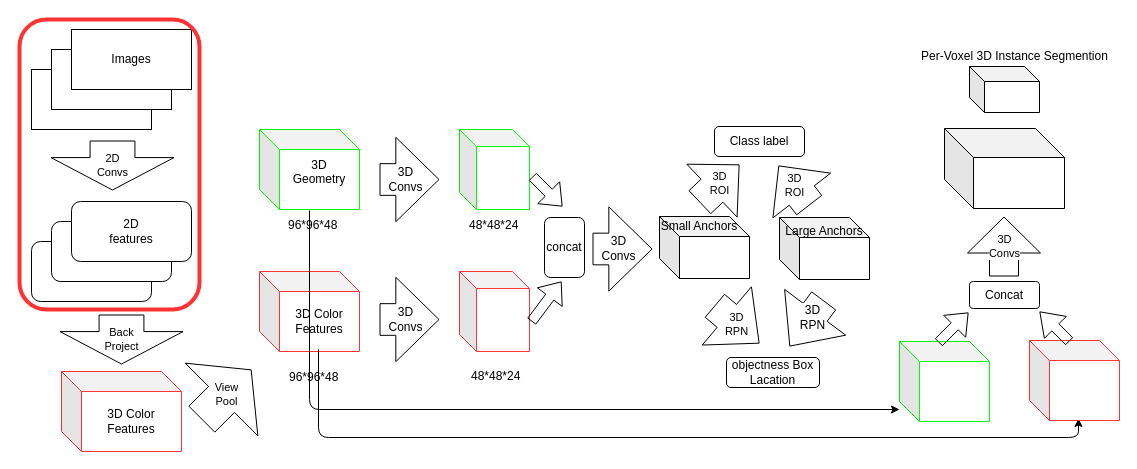
The draw.io diagram sis.drawio in ByronGe/HARProject, before the edit. Source tidied: cells renumbered, new cells numbered last; positions are measured from the earlier drawing's top-left corner, leaving out a move shared by most shapes. Both pictures are drawn from the tidied source at 100%, with x=0, y=0 at pixel (19, 19).
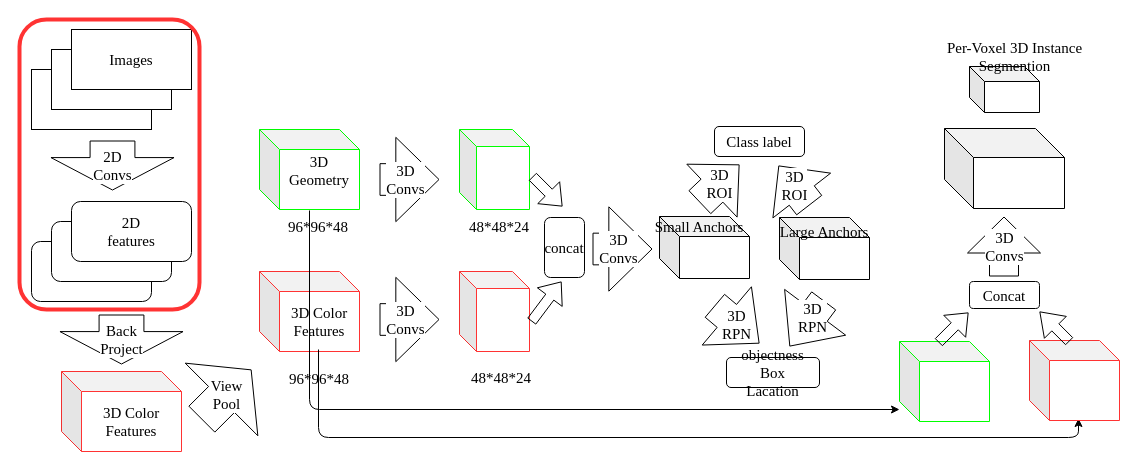
After the change.

Diff of the diagram source:
```diff
@@
-    <mxCell id="2" style="rounded=0;whiteSpace=wrap;html=1;" parent="1" vertex="1">
+    <mxCell id="2" style="rounded=0;whiteSpace=wrap;html=1;fontFamily=Times New Roman;fontSize=15;" parent="1" vertex="1">
       <mxGeometry x="12" y="50" width="120" height="60" as="geometry" />
     </mxCell>
-    <mxCell id="3" style="rounded=0;whiteSpace=wrap;html=1;" parent="1" vertex="1">
+    <mxCell id="3" style="rounded=0;whiteSpace=wrap;html=1;fontFamily=Times New Roman;fontSize=15;" parent="1" vertex="1">
       <mxGeometry x="32" y="30" width="120" height="60" as="geometry" />
     </mxCell>
-    <mxCell id="4" value="Images" style="rounded=0;whiteSpace=wrap;html=1;" parent="1" vertex="1">
+    <mxCell id="4" value="Images" style="rounded=0;whiteSpace=wrap;html=1;fontFamily=Times New Roman;fontSize=15;" parent="1" vertex="1">
       <mxGeometry x="52" y="10" width="120" height="60" as="geometry" />
     </mxCell>
-    <mxCell id="5" value="2D&lt;br&gt;Convs" style="shape=flexArrow;endArrow=classic;html=1;endWidth=77.24137931034483;endSize=10.46896551724138;width=44.827586206896555;" parent="1" edge="1">
+    <mxCell id="5" value="2D&lt;br style=&quot;font-size: 15px;&quot;&gt;Convs" style="shape=flexArrow;endArrow=classic;html=1;endWidth=77.24137931034483;endSize=10.46896551724138;width=44.827586206896555;fontFamily=Times New Roman;fontSize=15;" parent="1" edge="1">
       <mxGeometry relative="1" as="geometry">
         <mxPoint x="93" y="121" as="sourcePoint" />
         <mxPoint x="93" y="171" as="targetPoint" />
       </mxGeometry>
     </mxCell>
-    <mxCell id="6" style="rounded=1;whiteSpace=wrap;html=1;" parent="1" vertex="1">
+    <mxCell id="6" style="rounded=1;whiteSpace=wrap;html=1;fontFamily=Times New Roman;fontSize=15;" parent="1" vertex="1">
       <mxGeometry x="12" y="222" width="120" height="60" as="geometry" />
     </mxCell>
-    <mxCell id="7" style="rounded=1;whiteSpace=wrap;html=1;" parent="1" vertex="1">
+    <mxCell id="7" style="rounded=1;whiteSpace=wrap;html=1;fontFamily=Times New Roman;fontSize=15;" parent="1" vertex="1">
       <mxGeometry x="32" y="202" width="120" height="60" as="geometry" />
     </mxCell>
-    <mxCell id="8" value="2D&lt;br&gt;features" style="rounded=1;whiteSpace=wrap;html=1;" parent="1" vertex="1">
+    <mxCell id="8" value="2D&lt;br style=&quot;font-size: 15px;&quot;&gt;features" style="rounded=1;whiteSpace=wrap;html=1;fontFamily=Times New Roman;fontSize=15;" parent="1" vertex="1">
       <mxGeometry x="52" y="182" width="120" height="60" as="geometry" />
     </mxCell>
-    <mxCell id="9" value="Back&lt;br&gt;Project" style="shape=flexArrow;endArrow=classic;html=1;endWidth=77.24137931034483;endSize=10.46896551724138;width=44.827586206896555;" parent="1" edge="1">
+    <mxCell id="9" value="Back&lt;br style=&quot;font-size: 15px;&quot;&gt;Project" style="shape=flexArrow;endArrow=classic;html=1;endWidth=77.24137931034483;endSize=10.46896551724138;width=44.827586206896555;fontFamily=Times New Roman;fontSize=15;" parent="1" edge="1">
       <mxGeometry relative="1" as="geometry">
         <mxPoint x="102" y="295" as="sourcePoint" />
         <mxPoint x="102" y="345" as="targetPoint" />
       </mxGeometry>
     </mxCell>
-    <mxCell id="10" value="3D Color&lt;br&gt;Features" style="shape=cube;whiteSpace=wrap;html=1;boundedLbl=1;backgroundOutline=1;darkOpacity=0.05;darkOpacity2=0.1;strokeColor=#FF3333;" parent="1" vertex="1">
+    <mxCell id="10" value="3D Color&lt;br style=&quot;font-size: 15px;&quot;&gt;Features" style="shape=cube;whiteSpace=wrap;html=1;boundedLbl=1;backgroundOutline=1;darkOpacity=0.05;darkOpacity2=0.1;strokeColor=#FF3333;fontFamily=Times New Roman;fontSize=15;" parent="1" vertex="1">
       <mxGeometry x="42" y="352" width="120" height="80" as="geometry" />
     </mxCell>
-    <mxCell id="11" value="View&lt;br&gt;Pool" style="shape=flexArrow;endArrow=classic;html=1;endWidth=65;endSize=13.625000000000002;width=36.66666666666667;" parent="1" edge="1">
+    <mxCell id="11" value="View&lt;br style=&quot;font-size: 15px;&quot;&gt;Pool" style="shape=flexArrow;endArrow=classic;html=1;endWidth=65;endSize=13.625000000000002;width=36.66666666666667;fontFamily=Times New Roman;fontSize=15;" parent="1" edge="1">
       <mxGeometry relative="1" as="geometry">
         <mxPoint x="182" y="400" as="sourcePoint" />
         <mxPoint x="232" y="350" as="targetPoint" />
       </mxGeometry>
     </mxCell>
-    <mxCell id="12" value="3D&lt;br&gt;Geometry&lt;br&gt;&amp;nbsp; &amp;nbsp;&amp;nbsp;" style="shape=cube;whiteSpace=wrap;html=1;boundedLbl=1;backgroundOutline=1;darkOpacity=0.05;darkOpacity2=0.1;strokeColor=#00FF00;" parent="1" vertex="1">
+    <mxCell id="12" value="3D&lt;br style=&quot;font-size: 15px;&quot;&gt;Geometry&lt;br style=&quot;font-size: 15px;&quot;&gt;&amp;nbsp; &amp;nbsp;&amp;nbsp;" style="shape=cube;whiteSpace=wrap;html=1;boundedLbl=1;backgroundOutline=1;darkOpacity=0.05;darkOpacity2=0.1;strokeColor=#00FF00;fontFamily=Times New Roman;fontSize=15;" parent="1" vertex="1">
       <mxGeometry x="240" y="110" width="100" height="80" as="geometry" />
     </mxCell>
-    <mxCell id="13" value="3D Color&lt;br&gt;Features" style="shape=cube;whiteSpace=wrap;html=1;boundedLbl=1;backgroundOutline=1;darkOpacity=0.05;darkOpacity2=0.1;strokeColor=#FF3333;" parent="1" vertex="1">
+    <mxCell id="13" value="3D Color&lt;br style=&quot;font-size: 15px;&quot;&gt;Features" style="shape=cube;whiteSpace=wrap;html=1;boundedLbl=1;backgroundOutline=1;darkOpacity=0.05;darkOpacity2=0.1;strokeColor=#FF3333;fontFamily=Times New Roman;fontSize=15;" parent="1" vertex="1">
       <mxGeometry x="240" y="252" width="100" height="80" as="geometry" />
     </mxCell>
-    <mxCell id="14" value="96*96*48" style="text;html=1;" parent="1" vertex="1">
+    <mxCell id="14" value="96*96*48" style="text;html=1;fontFamily=Times New Roman;fontSize=15;" parent="1" vertex="1">
       <mxGeometry x="267" y="192" width="70" height="30" as="geometry" />
     </mxCell>
-    <mxCell id="15" style="shape=flexArrow;endArrow=classic;html=1;endWidth=51.66666666666667;endSize=14.058333333333335;width=31.666666666666668;" parent="1" edge="1">
+    <mxCell id="15" style="shape=flexArrow;endArrow=classic;html=1;endWidth=51.66666666666667;endSize=14.058333333333335;width=31.666666666666668;fontFamily=Times New Roman;fontSize=15;" parent="1" edge="1">
       <mxGeometry relative="1" as="geometry">
         <mxPoint x="360" y="160" as="sourcePoint" />
         <mxPoint x="420" y="160" as="targetPoint" />
       </mxGeometry>
     </mxCell>
-    <mxCell id="16" value="3D&lt;br&gt;Convs" style="text;html=1;align=center;verticalAlign=middle;labelBackgroundColor=#ffffff;" parent="15" vertex="1">
+    <mxCell id="16" value="3D&lt;br style=&quot;font-size: 15px;&quot;&gt;Convs" style="text;html=1;align=center;verticalAlign=middle;labelBackgroundColor=#ffffff;fontFamily=Times New Roman;fontSize=15;" parent="15" vertex="1">
       <mxGeometry x="-0.18" y="13" relative="1" as="geometry">
         <mxPoint y="12" as="offset" />
       </mxGeometry>
     </mxCell>
-    <mxCell id="17" style="shape=flexArrow;endArrow=classic;html=1;endWidth=51.66666666666667;endSize=14.058333333333335;width=31.666666666666668;" parent="1" edge="1">
+    <mxCell id="17" style="shape=flexArrow;endArrow=classic;html=1;endWidth=51.66666666666667;endSize=14.058333333333335;width=31.666666666666668;fontFamily=Times New Roman;fontSize=15;" parent="1" edge="1">
       <mxGeometry relative="1" as="geometry">
         <mxPoint x="360" y="300" as="sourcePoint" />
         <mxPoint x="420" y="300" as="targetPoint" />
       </mxGeometry>
     </mxCell>
-    <mxCell id="18" value="3D&lt;br&gt;Convs" style="text;html=1;align=center;verticalAlign=middle;labelBackgroundColor=#ffffff;" parent="17" vertex="1">
+    <mxCell id="18" value="3D&lt;br style=&quot;font-size: 15px;&quot;&gt;Convs" style="text;html=1;align=center;verticalAlign=middle;labelBackgroundColor=#ffffff;fontFamily=Times New Roman;fontSize=15;" parent="17" vertex="1">
       <mxGeometry x="-0.18" y="13" relative="1" as="geometry">
         <mxPoint y="12" as="offset" />
       </mxGeometry>
     </mxCell>
-    <mxCell id="19" style="shape=cube;whiteSpace=wrap;html=1;boundedLbl=1;backgroundOutline=1;darkOpacity=0.05;darkOpacity2=0.1;size=17;strokeColor=#00FF00;" parent="1" vertex="1">
+    <mxCell id="19" style="shape=cube;whiteSpace=wrap;html=1;boundedLbl=1;backgroundOutline=1;darkOpacity=0.05;darkOpacity2=0.1;size=17;strokeColor=#00FF00;fontFamily=Times New Roman;fontSize=15;" parent="1" vertex="1">
       <mxGeometry x="440" y="110" width="70" height="80" as="geometry" />
     </mxCell>
-    <mxCell id="20" style="shape=cube;whiteSpace=wrap;html=1;boundedLbl=1;backgroundOutline=1;darkOpacity=0.05;darkOpacity2=0.1;size=17;strokeColor=#FF3333;" parent="1" vertex="1">
+    <mxCell id="20" style="shape=cube;whiteSpace=wrap;html=1;boundedLbl=1;backgroundOutline=1;darkOpacity=0.05;darkOpacity2=0.1;size=17;strokeColor=#FF3333;fontFamily=Times New Roman;fontSize=15;" parent="1" vertex="1">
       <mxGeometry x="440" y="252" width="70" height="80" as="geometry" />
     </mxCell>
-    <mxCell id="21" value="concat" style="rounded=1;whiteSpace=wrap;html=1;" parent="1" vertex="1">
+    <mxCell id="21" value="concat" style="rounded=1;whiteSpace=wrap;html=1;fontFamily=Times New Roman;fontSize=15;" parent="1" vertex="1">
       <mxGeometry x="525" y="198" width="40" height="60" as="geometry" />
     </mxCell>
-    <mxCell id="22" style="shape=flexArrow;endArrow=classic;html=1;endWidth=51.66666666666667;endSize=14.058333333333335;width=31.666666666666668;" parent="1" edge="1">
+    <mxCell id="22" style="shape=flexArrow;endArrow=classic;html=1;endWidth=51.66666666666667;endSize=14.058333333333335;width=31.666666666666668;fontFamily=Times New Roman;fontSize=15;" parent="1" edge="1">
       <mxGeometry relative="1" as="geometry">
         <mxPoint x="573" y="229.5" as="sourcePoint" />
         <mxPoint x="633" y="229.5" as="targetPoint" />
       </mxGeometry>
     </mxCell>
-    <mxCell id="23" value="3D&lt;br&gt;Convs" style="text;html=1;align=center;verticalAlign=middle;labelBackgroundColor=#ffffff;" parent="22" vertex="1">
+    <mxCell id="23" value="3D&lt;br style=&quot;font-size: 15px;&quot;&gt;Convs" style="text;html=1;align=center;verticalAlign=middle;labelBackgroundColor=#ffffff;fontFamily=Times New Roman;fontSize=15;" parent="22" vertex="1">
       <mxGeometry x="-0.18" y="13" relative="1" as="geometry">
         <mxPoint y="12" as="offset" />
       </mxGeometry>
     </mxCell>
-    <mxCell id="24" style="shape=cube;whiteSpace=wrap;html=1;boundedLbl=1;backgroundOutline=1;darkOpacity=0.05;darkOpacity2=0.1;" parent="1" vertex="1">
+    <mxCell id="24" style="shape=cube;whiteSpace=wrap;html=1;boundedLbl=1;backgroundOutline=1;darkOpacity=0.05;darkOpacity2=0.1;fontFamily=Times New Roman;fontSize=15;" parent="1" vertex="1">
       <mxGeometry x="640" y="197" width="90" height="62" as="geometry" />
     </mxCell>
-    <mxCell id="25" style="shape=cube;whiteSpace=wrap;html=1;boundedLbl=1;backgroundOutline=1;darkOpacity=0.05;darkOpacity2=0.1;" parent="1" vertex="1">
+    <mxCell id="25" style="shape=cube;whiteSpace=wrap;html=1;boundedLbl=1;backgroundOutline=1;darkOpacity=0.05;darkOpacity2=0.1;fontFamily=Times New Roman;fontSize=15;" parent="1" vertex="1">
       <mxGeometry x="760" y="198" width="90" height="62" as="geometry" />
     </mxCell>
-    <mxCell id="26" value="Small Anchors" style="text;html=1;strokeColor=none;fillColor=none;align=center;verticalAlign=middle;whiteSpace=wrap;rounded=0;" parent="1" vertex="1">
+    <mxCell id="26" value="Small Anchors" style="text;html=1;strokeColor=none;fillColor=none;align=center;verticalAlign=middle;whiteSpace=wrap;rounded=0;fontFamily=Times New Roman;fontSize=15;" parent="1" vertex="1">
       <mxGeometry x="630" y="197" width="100" height="20" as="geometry" />
     </mxCell>
-    <mxCell id="27" value="Large Anchors" style="text;html=1;strokeColor=none;fillColor=none;align=center;verticalAlign=middle;whiteSpace=wrap;rounded=0;" parent="1" vertex="1">
+    <mxCell id="27" value="Large Anchors" style="text;html=1;strokeColor=none;fillColor=none;align=center;verticalAlign=middle;whiteSpace=wrap;rounded=0;fontFamily=Times New Roman;fontSize=15;" parent="1" vertex="1">
       <mxGeometry x="755" y="202" width="100" height="20" as="geometry" />
     </mxCell>
-    <mxCell id="28" value="3D&lt;br&gt;ROI" style="shape=flexArrow;endArrow=classic;html=1;endWidth=40.33333333333333;endSize=12.16;width=31.666666666666668;" parent="1" edge="1">
+    <mxCell id="28" value="3D&lt;br style=&quot;font-size: 15px;&quot;&gt;ROI" style="shape=flexArrow;endArrow=classic;html=1;endWidth=40.33333333333333;endSize=12.16;width=31.666666666666668;fontFamily=Times New Roman;fontSize=15;" parent="1" edge="1">
       <mxGeometry relative="1" as="geometry">
         <mxPoint x="680" y="183" as="sourcePoint" />
         <mxPoint x="720" y="145" as="targetPoint" />
       </mxGeometry>
     </mxCell>
-    <mxCell id="29" value="Class label" style="rounded=1;whiteSpace=wrap;html=1;" parent="1" vertex="1">
+    <mxCell id="29" value="Class label" style="rounded=1;whiteSpace=wrap;html=1;fontFamily=Times New Roman;fontSize=15;" parent="1" vertex="1">
       <mxGeometry x="695" y="107" width="90" height="30" as="geometry" />
     </mxCell>
-    <mxCell id="30" value="3D&lt;br&gt;RPN" style="shape=flexArrow;endArrow=classic;html=1;endWidth=45.27777777777778;endSize=13.75;width=30;" parent="1" edge="1">
+    <mxCell id="30" value="3D&lt;br style=&quot;font-size: 15px;&quot;&gt;RPN" style="shape=flexArrow;endArrow=classic;html=1;endWidth=45.27777777777778;endSize=13.75;width=30;fontFamily=Times New Roman;fontSize=15;" parent="1" edge="1">
       <mxGeometry relative="1" as="geometry">
         <mxPoint x="695" y="286" as="sourcePoint" />
         <mxPoint x="740" y="324" as="targetPoint" />
       </mxGeometry>
     </mxCell>
-    <mxCell id="31" style="shape=flexArrow;endArrow=classic;html=1;endWidth=45.27777777777778;endSize=13.75;width=30;" parent="1" edge="1">
+    <mxCell id="31" style="shape=flexArrow;endArrow=classic;html=1;endWidth=45.27777777777778;endSize=13.75;width=30;fontFamily=Times New Roman;fontSize=15;" parent="1" edge="1">
       <mxGeometry relative="1" as="geometry">
         <mxPoint x="804.5" y="281" as="sourcePoint" />
         <mxPoint x="770" y="327" as="targetPoint" />
       </mxGeometry>
     </mxCell>
-    <mxCell id="32" value="3D&lt;br&gt;RPN" style="text;html=1;align=center;verticalAlign=middle;labelBackgroundColor=#ffffff;" parent="31" vertex="1">
+    <mxCell id="32" value="3D&lt;br style=&quot;font-size: 15px;&quot;&gt;RPN" style="text;html=1;align=center;verticalAlign=middle;labelBackgroundColor=#ffffff;fontFamily=Times New Roman;fontSize=15;" parent="31" vertex="1">
       <mxGeometry x="-0.36" y="-1" relative="1" as="geometry">
         <mxPoint y="3" as="offset" />
       </mxGeometry>
     </mxCell>
-    <mxCell id="33" value="objectness Box&lt;br&gt;Lacation" style="rounded=1;whiteSpace=wrap;html=1;" parent="1" vertex="1">
+    <mxCell id="33" value="objectness Box&lt;br style=&quot;font-size: 15px;&quot;&gt;Lacation" style="rounded=1;whiteSpace=wrap;html=1;fontFamily=Times New Roman;fontSize=15;" parent="1" vertex="1">
       <mxGeometry x="707" y="338" width="93" height="30" as="geometry" />
     </mxCell>
-    <mxCell id="34" style="endArrow=classic;html=1;exitX=0;exitY=0;exitDx=60;exitDy=80;exitPerimeter=0;entryX=0.556;entryY=1;entryDx=0;entryDy=0;entryPerimeter=0;" parent="1" edge="1">
+    <mxCell id="34" style="endArrow=classic;html=1;exitX=0;exitY=0;exitDx=60;exitDy=80;exitPerimeter=0;entryX=0.556;entryY=1;entryDx=0;entryDy=0;entryPerimeter=0;fontFamily=Times New Roman;fontSize=15;" parent="1" edge="1">
       <mxGeometry relative="1" as="geometry">
         <mxPoint x="299" y="330" as="sourcePoint" />
         <mxPoint x="1059" y="399" as="targetPoint" />
         <Array as="points">
           <mxPoint x="299" y="418" />
           <mxPoint x="1059" y="418" />
         </Array>
       </mxGeometry>
     </mxCell>
-    <mxCell id="35" style="endArrow=classic;html=1;exitX=0.5;exitY=1.038;exitDx=0;exitDy=0;exitPerimeter=0;" parent="1" edge="1">
+    <mxCell id="35" style="endArrow=classic;html=1;exitX=0.5;exitY=1.038;exitDx=0;exitDy=0;exitPerimeter=0;fontFamily=Times New Roman;fontSize=15;" parent="1" edge="1">
       <mxGeometry relative="1" as="geometry">
         <mxPoint x="290" y="191" as="sourcePoint" />
         <mxPoint x="880" y="390" as="targetPoint" />
         <Array as="points">
           <mxPoint x="290" y="390" />
         </Array>
       </mxGeometry>
     </mxCell>
-    <mxCell id="36" style="shape=cube;whiteSpace=wrap;html=1;boundedLbl=1;backgroundOutline=1;darkOpacity=0.05;darkOpacity2=0.1;strokeColor=#00FF00;" parent="1" vertex="1">
+    <mxCell id="36" style="shape=cube;whiteSpace=wrap;html=1;boundedLbl=1;backgroundOutline=1;darkOpacity=0.05;darkOpacity2=0.1;strokeColor=#00FF00;fontFamily=Times New Roman;fontSize=15;" parent="1" vertex="1">
       <mxGeometry x="880" y="322" width="90" height="80" as="geometry" />
     </mxCell>
-    <mxCell id="37" style="shape=cube;whiteSpace=wrap;html=1;boundedLbl=1;backgroundOutline=1;darkOpacity=0.05;darkOpacity2=0.1;strokeColor=#FF3333;" parent="1" vertex="1">
+    <mxCell id="37" style="shape=cube;whiteSpace=wrap;html=1;boundedLbl=1;backgroundOutline=1;darkOpacity=0.05;darkOpacity2=0.1;strokeColor=#FF3333;fontFamily=Times New Roman;fontSize=15;" parent="1" vertex="1">
       <mxGeometry x="1010" y="321" width="90" height="80" as="geometry" />
     </mxCell>
-    <mxCell id="38" style="shape=flexArrow;endArrow=classic;html=1;" parent="1" edge="1">
+    <mxCell id="38" style="shape=flexArrow;endArrow=classic;html=1;fontFamily=Times New Roman;fontSize=15;" parent="1" edge="1">
       <mxGeometry relative="1" as="geometry">
         <mxPoint x="919" y="323" as="sourcePoint" />
         <mxPoint x="949" y="293" as="targetPoint" />
       </mxGeometry>
     </mxCell>
-    <mxCell id="39" style="shape=flexArrow;endArrow=classic;html=1;width=10;endSize=6.97;" parent="1" edge="1">
+    <mxCell id="39" style="shape=flexArrow;endArrow=classic;html=1;width=10;endSize=6.97;fontFamily=Times New Roman;fontSize=15;" parent="1" edge="1">
       <mxGeometry relative="1" as="geometry">
         <mxPoint x="1050" y="322" as="sourcePoint" />
         <mxPoint x="1020" y="292" as="targetPoint" />
       </mxGeometry>
     </mxCell>
-    <mxCell id="40" value="Concat" style="rounded=1;whiteSpace=wrap;html=1;" parent="1" vertex="1">
+    <mxCell id="40" value="Concat" style="rounded=1;whiteSpace=wrap;html=1;fontFamily=Times New Roman;fontSize=15;" parent="1" vertex="1">
       <mxGeometry x="950" y="262" width="70" height="27" as="geometry" />
     </mxCell>
-    <mxCell id="41" value="3D&lt;br&gt;Convs" style="shape=flexArrow;endArrow=classic;html=1;endWidth=43;endSize=11.67;width=29;" parent="1" edge="1">
+    <mxCell id="41" value="3D&lt;br style=&quot;font-size: 15px;&quot;&gt;Convs" style="shape=flexArrow;endArrow=classic;html=1;endWidth=43;endSize=11.67;width=29;fontFamily=Times New Roman;fontSize=15;" parent="1" edge="1">
       <mxGeometry relative="1" as="geometry">
         <mxPoint x="984.5" y="257" as="sourcePoint" />
         <mxPoint x="984.5" y="197" as="targetPoint" />
       </mxGeometry>
     </mxCell>
-    <mxCell id="42" style="shape=cube;whiteSpace=wrap;html=1;boundedLbl=1;backgroundOutline=1;darkOpacity=0.05;darkOpacity2=0.1;size=29;" parent="1" vertex="1">
+    <mxCell id="42" style="shape=cube;whiteSpace=wrap;html=1;boundedLbl=1;backgroundOutline=1;darkOpacity=0.05;darkOpacity2=0.1;size=29;fontFamily=Times New Roman;fontSize=15;" parent="1" vertex="1">
       <mxGeometry x="925" y="109" width="120" height="80" as="geometry" />
     </mxCell>
-    <mxCell id="43" style="shape=cube;whiteSpace=wrap;html=1;boundedLbl=1;backgroundOutline=1;darkOpacity=0.05;darkOpacity2=0.1;size=15;" parent="1" vertex="1">
+    <mxCell id="43" style="shape=cube;whiteSpace=wrap;html=1;boundedLbl=1;backgroundOutline=1;darkOpacity=0.05;darkOpacity2=0.1;size=15;fontFamily=Times New Roman;fontSize=15;" parent="1" vertex="1">
       <mxGeometry x="950" y="47" width="70" height="46" as="geometry" />
     </mxCell>
-    <mxCell id="44" value="Per-Voxel 3D Instance Segmention" style="text;html=1;strokeColor=none;fillColor=none;align=center;verticalAlign=middle;whiteSpace=wrap;rounded=0;" parent="1" vertex="1">
+    <mxCell id="44" value="Per-Voxel 3D Instance Segmention" style="text;html=1;strokeColor=none;fillColor=none;align=center;verticalAlign=middle;whiteSpace=wrap;rounded=0;fontFamily=Times New Roman;fontSize=15;" parent="1" vertex="1">
       <mxGeometry x="890" y="27" width="211" height="20" as="geometry" />
     </mxCell>
-    <mxCell id="45" style="rounded=1;whiteSpace=wrap;html=1;fillColor=none;strokeColor=#FF3333;strokeWidth=4;" parent="1" vertex="1">
+    <mxCell id="45" style="rounded=1;whiteSpace=wrap;html=1;fillColor=none;strokeColor=#FF3333;strokeWidth=4;fontFamily=Times New Roman;fontSize=15;" parent="1" vertex="1">
       <mxGeometry width="180" height="290" as="geometry" />
     </mxCell>
-    <mxCell id="46" value="96*96*48" style="text;html=1;" parent="1" vertex="1">
+    <mxCell id="46" value="96*96*48" style="text;html=1;fontFamily=Times New Roman;fontSize=15;" parent="1" vertex="1">
       <mxGeometry x="268" y="344" width="70" height="30" as="geometry" />
     </mxCell>
-    <mxCell id="47" value="48*48*24" style="text;html=1;" parent="1" vertex="1">
+    <mxCell id="47" value="48*48*24" style="text;html=1;fontFamily=Times New Roman;fontSize=15;" parent="1" vertex="1">
       <mxGeometry x="450" y="343" width="70" height="30" as="geometry" />
     </mxCell>
-    <mxCell id="48" value="48*48*24" style="text;html=1;" parent="1" vertex="1">
+    <mxCell id="48" value="48*48*24" style="text;html=1;fontFamily=Times New Roman;fontSize=15;" parent="1" vertex="1">
       <mxGeometry x="448" y="192" width="70" height="30" as="geometry" />
     </mxCell>
-    <mxCell id="49" style="shape=flexArrow;endArrow=classic;html=1;" parent="1" edge="1">
+    <mxCell id="49" style="shape=flexArrow;endArrow=classic;html=1;fontFamily=Times New Roman;fontSize=15;" parent="1" edge="1">
       <mxGeometry relative="1" as="geometry">
         <mxPoint x="512" y="302" as="sourcePoint" />
         <mxPoint x="542" y="262" as="targetPoint" />
       </mxGeometry>
     </mxCell>
-    <mxCell id="50" style="shape=flexArrow;endArrow=classic;html=1;" parent="1" edge="1">
+    <mxCell id="50" style="shape=flexArrow;endArrow=classic;html=1;fontFamily=Times New Roman;fontSize=15;" parent="1" edge="1">
       <mxGeometry relative="1" as="geometry">
         <mxPoint x="513" y="157" as="sourcePoint" />
         <mxPoint x="543" y="187" as="targetPoint" />
       </mxGeometry>
     </mxCell>
-    <mxCell id="51" value="3D&lt;br&gt;ROI" style="shape=flexArrow;endArrow=classic;html=1;endWidth=40.33333333333333;endSize=12.16;width=31.666666666666668;entryX=0.578;entryY=1.033;entryDx=0;entryDy=0;entryPerimeter=0;" parent="1" edge="1">
+    <mxCell id="51" value="3D&lt;br style=&quot;font-size: 15px;&quot;&gt;ROI" style="shape=flexArrow;endArrow=classic;html=1;endWidth=40.33333333333333;endSize=12.16;width=31.666666666666668;entryX=0.578;entryY=1.033;entryDx=0;entryDy=0;entryPerimeter=0;fontFamily=Times New Roman;fontSize=15;" parent="1" edge="1">
       <mxGeometry relative="1" as="geometry">
         <mxPoint x="790" y="186" as="sourcePoint" />
         <mxPoint x="759" y="146" as="targetPoint" />
       </mxGeometry>
     </mxCell>
```
